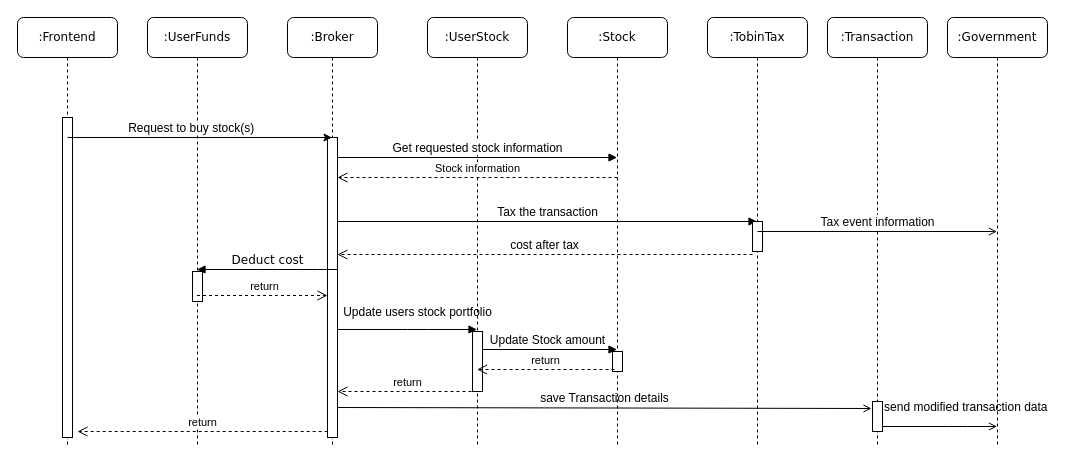
Before: DIAGRAMMER/SD_buy.drawio in TristanMoe/ITONK_PROJEKT_01, a draw.io diagram. Source tidied: cells renumbered, new cells numbered last; positions are measured from the earlier drawing's top-left corner, leaving out a move shared by most shapes. Both pictures are drawn from the tidied source at 100%, with x=0, y=0 at pixel (17, 17).
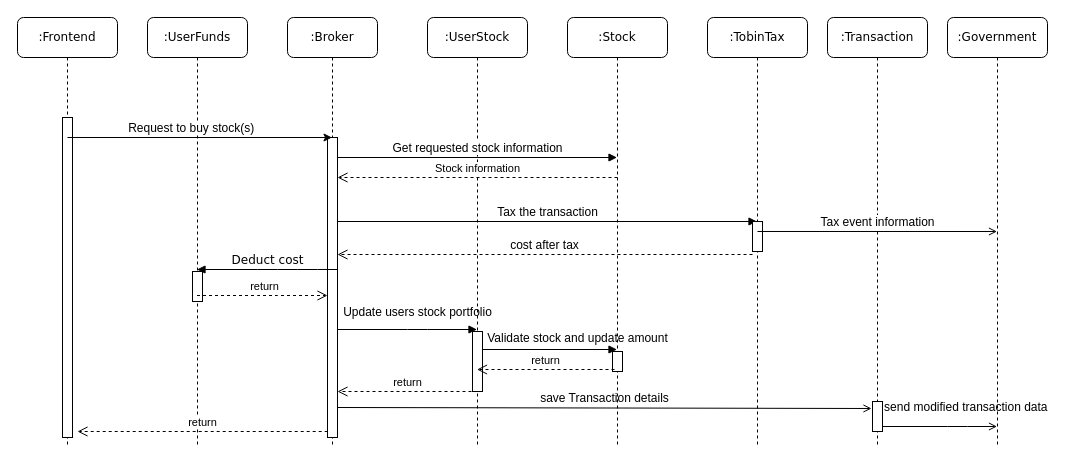
The same page after the edit.

The change refers to these unchanged cells:
```xml
<mxCell id="11" value=":UserStock" style="shape=umlLifeline;perimeter=lifelinePerimeter;whiteSpace=wrap;html=1;rounded=1;shadow=0;comic=0;labelBackgroundColor=none;strokeWidth=1;fontFamily=Verdana;fontSize=12;align=center;" parent="1" vertex="1">
  <mxGeometry x="410" width="100" height="430" as="geometry" />
</mxCell>
```

What changed in the source:
```diff
@@
-    <mxCell id="12" value="&lt;font style=&quot;font-size: 12px&quot;&gt;Update Stock amount&lt;/font&gt;" style="html=1;verticalAlign=bottom;endArrow=block;" parent="11" edge="1">
-      <mxGeometry relative="1" as="geometry">
+    <mxCell id="12" value="&lt;font style=&quot;font-size: 12px&quot;&gt;Validate stock and update amount&lt;/font&gt;" style="html=1;verticalAlign=bottom;endArrow=block;" parent="11" edge="1">
+      <mxGeometry x="0.43" y="2" relative="1" as="geometry">
         <mxPoint x="50" y="332" as="sourcePoint" />
         <mxPoint x="189.5" y="332" as="targetPoint" />
       </mxGeometry>
     </mxCell>
```
